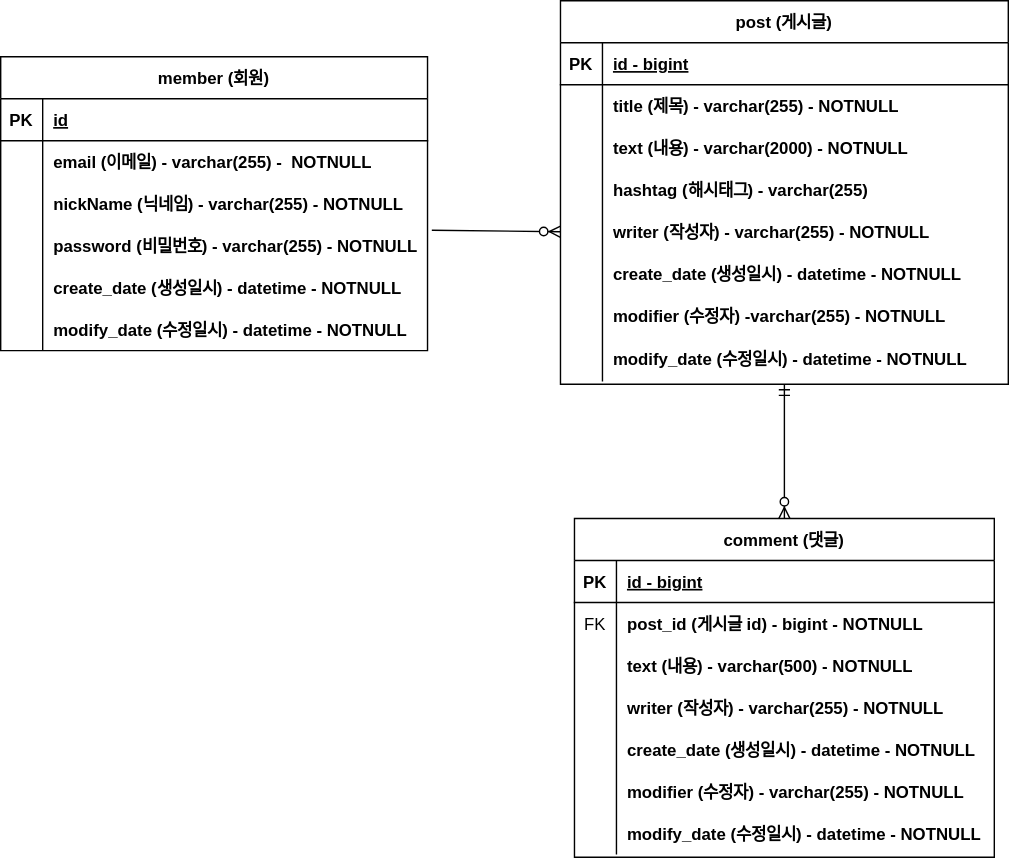
This is document/sym-project-erd.svg from tlqkrus012345/sym, a draw.io export, as it was before one commit. Source tidied: cells renumbered, new cells last; positions are measured from the earlier drawing's top-left corner, leaving out a move shared by most shapes.
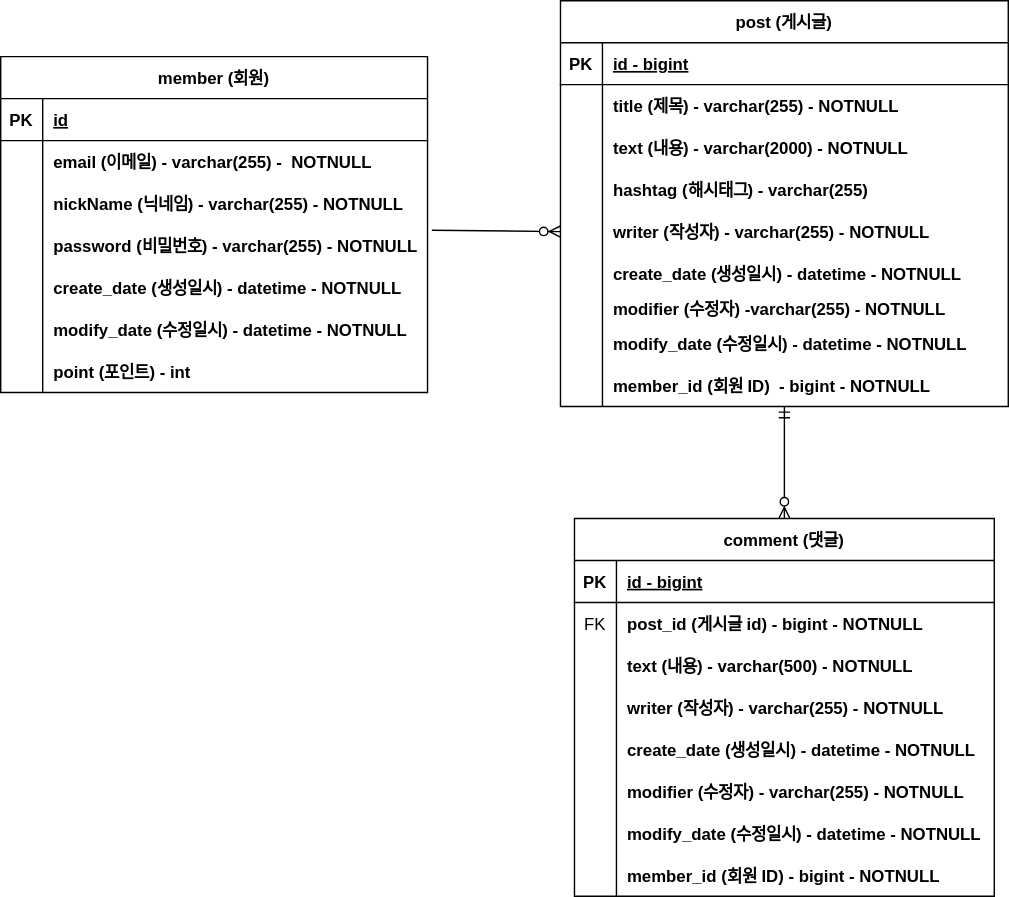
After the change.

What changed in the source:
```diff
@@ -3,7 +3,7 @@
     <mxCell id="0" />
     <mxCell id="1" parent="0" />
     <mxCell id="2" value="post (게시글)" style="shape=table;startSize=30;rowLines=0;fontStyle=1;align=center;" parent="1" vertex="1">
-      <mxGeometry x="400" width="320" height="274" as="geometry" />
+      <mxGeometry x="400" width="320" height="290" as="geometry" />
     </mxCell>
     <mxCell id="3" style="shape=partialRectangle;fillColor=none;top=0;left=0;right=0;bottom=1;" parent="2" vertex="1">
       <mxGeometry y="30" width="320" height="30" as="geometry" />
@@ -60,25 +60,34 @@
       <mxGeometry x="30" width="290" height="30" as="geometry" />
     </mxCell>
     <mxCell id="21" style="shape=partialRectangle;fillColor=none;top=0;left=0;right=0;bottom=0;" parent="2" vertex="1">
-      <mxGeometry y="210" width="320" height="30" as="geometry" />
+      <mxGeometry y="210" width="320" height="20" as="geometry" />
     </mxCell>
     <mxCell id="22" style="shape=partialRectangle;overflow=hidden;fillColor=none;top=0;left=0;bottom=0;right=0;" parent="21" vertex="1">
-      <mxGeometry width="30" height="30" as="geometry" />
+      <mxGeometry width="30" height="20" as="geometry" />
     </mxCell>
     <mxCell id="23" value="modifier (수정자) -varchar(255) - NOTNULL" style="shape=partialRectangle;overflow=hidden;fillColor=none;top=0;left=0;bottom=0;right=0;align=left;spacingLeft=6;fontStyle=1;" parent="21" vertex="1">
-      <mxGeometry x="30" width="290" height="30" as="geometry" />
+      <mxGeometry x="30" width="290" height="20" as="geometry" />
     </mxCell>
     <mxCell id="24" style="shape=partialRectangle;fillColor=none;top=0;left=0;right=0;bottom=0;" parent="2" vertex="1">
-      <mxGeometry y="240" width="320" height="32" as="geometry" />
+      <mxGeometry y="230" width="320" height="30" as="geometry" />
     </mxCell>
     <mxCell id="25" style="shape=partialRectangle;overflow=hidden;fillColor=none;top=0;left=0;bottom=0;right=0;" parent="24" vertex="1">
-      <mxGeometry width="30" height="32" as="geometry" />
+      <mxGeometry width="30" height="30" as="geometry" />
     </mxCell>
     <mxCell id="26" value="modify_date (수정일시) - datetime - NOTNULL" style="shape=partialRectangle;overflow=hidden;fillColor=none;top=0;left=0;bottom=0;right=0;align=left;spacingLeft=6;fontStyle=1;" parent="24" vertex="1">
-      <mxGeometry x="30" width="290" height="32" as="geometry" />
+      <mxGeometry x="30" width="290" height="30" as="geometry" />
     </mxCell>
+    <mxCell id="70" style="shape=partialRectangle;fillColor=none;top=0;left=0;right=0;bottom=0;" parent="2" vertex="1">
+      <mxGeometry y="260" width="320" height="30" as="geometry" />
+    </mxCell>
+    <mxCell id="71" style="shape=partialRectangle;overflow=hidden;fillColor=none;top=0;left=0;bottom=0;right=0;" parent="70" vertex="1">
+      <mxGeometry width="30" height="30" as="geometry" />
+    </mxCell>
+    <mxCell id="72" value="member_id (회원 ID)  - bigint - NOTNULL" style="shape=partialRectangle;overflow=hidden;fillColor=none;top=0;left=0;bottom=0;right=0;align=left;spacingLeft=6;fontStyle=1;" parent="70" vertex="1">
+      <mxGeometry x="30" width="290" height="30" as="geometry" />
+    </mxCell>
     <mxCell id="27" value="comment (댓글)" style="shape=table;startSize=30;rowLines=0;fontStyle=1;align=center;" parent="1" vertex="1">
-      <mxGeometry x="410" y="370" width="300" height="242" as="geometry" />
+      <mxGeometry x="410" y="370" width="300" height="270" as="geometry" />
     </mxCell>
     <mxCell id="28" style="shape=partialRectangle;fillColor=none;top=0;left=0;right=0;bottom=1;" parent="27" vertex="1">
       <mxGeometry y="30" width="300" height="30" as="geometry" />
@@ -143,8 +152,17 @@
     <mxCell id="48" value="modify_date (수정일시) - datetime - NOTNULL" style="shape=partialRectangle;overflow=hidden;fillColor=none;top=0;left=0;bottom=0;right=0;align=left;spacingLeft=6;fontStyle=1;" parent="46" vertex="1">
       <mxGeometry x="30" width="270" height="30" as="geometry" />
     </mxCell>
+    <mxCell id="73" style="shape=partialRectangle;fillColor=none;top=0;left=0;right=0;bottom=0;" parent="27" vertex="1">
+      <mxGeometry y="240" width="300" height="30" as="geometry" />
+    </mxCell>
+    <mxCell id="74" style="shape=partialRectangle;overflow=hidden;fillColor=none;top=0;left=0;bottom=0;right=0;" parent="73" vertex="1">
+      <mxGeometry width="30" height="30" as="geometry" />
+    </mxCell>
+    <mxCell id="75" value="member_id (회원 ID) - bigint - NOTNULL" style="shape=partialRectangle;overflow=hidden;fillColor=none;top=0;left=0;bottom=0;right=0;align=left;spacingLeft=6;fontStyle=1;" parent="73" vertex="1">
+      <mxGeometry x="30" width="270" height="30" as="geometry" />
+    </mxCell>
     <mxCell id="49" value="member (회원)" style="shape=table;startSize=30;rowLines=0;fontStyle=1;align=center;" parent="1" vertex="1">
-      <mxGeometry y="40" width="305" height="210" as="geometry" />
+      <mxGeometry y="40" width="305" height="240" as="geometry" />
     </mxCell>
     <mxCell id="50" style="shape=partialRectangle;fillColor=none;top=0;left=0;right=0;bottom=1;" parent="49" vertex="1">
       <mxGeometry y="30" width="305" height="30" as="geometry" />
@@ -200,6 +218,15 @@
     <mxCell id="67" value="modify_date (수정일시) - datetime - NOTNULL" style="shape=partialRectangle;overflow=hidden;fillColor=none;top=0;left=0;bottom=0;right=0;align=left;spacingLeft=6;fontStyle=1;" parent="65" vertex="1">
       <mxGeometry x="30" width="275" height="30" as="geometry" />
     </mxCell>
+    <mxCell id="76" style="shape=partialRectangle;fillColor=none;top=0;left=0;right=0;bottom=0;" parent="49" vertex="1">
+      <mxGeometry y="210" width="305" height="30" as="geometry" />
+    </mxCell>
+    <mxCell id="77" style="shape=partialRectangle;overflow=hidden;fillColor=none;top=0;left=0;bottom=0;right=0;" parent="76" vertex="1">
+      <mxGeometry width="30" height="30" as="geometry" />
+    </mxCell>
+    <mxCell id="78" value="point (포인트) - int" style="shape=partialRectangle;overflow=hidden;fillColor=none;top=0;left=0;bottom=0;right=0;align=left;spacingLeft=6;fontStyle=1;" parent="76" vertex="1">
+      <mxGeometry x="30" width="275" height="30" as="geometry" />
+    </mxCell>
     <mxCell id="68" style="fontSize=12;html=1;endArrow=ERzeroToMany;startArrow=ERmandOne;rounded=0;exitX=0.5;exitY=1;exitDx=0;exitDy=0;entryX=0.5;entryY=0;entryDx=0;entryDy=0;" parent="1" edge="1" source="2" target="27">
       <mxGeometry relative="1" as="geometry" />
     </mxCell>
```
